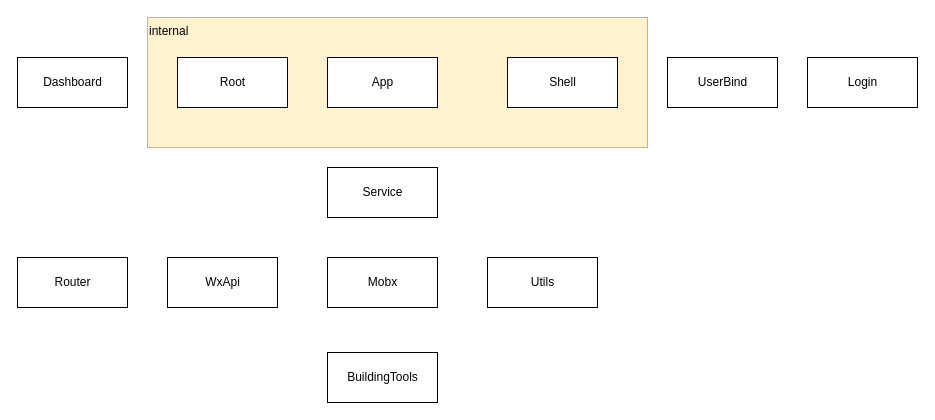
Above: wxworkshell.drawio in asling/my-umls (draw.io), before the change. Source tidied: cells renumbered, new cells numbered last; positions are measured from the earlier drawing's top-left corner, leaving out a move shared by most shapes. Both pictures are drawn from the tidied source at 100%, with x=0, y=0 at pixel (17, 17).
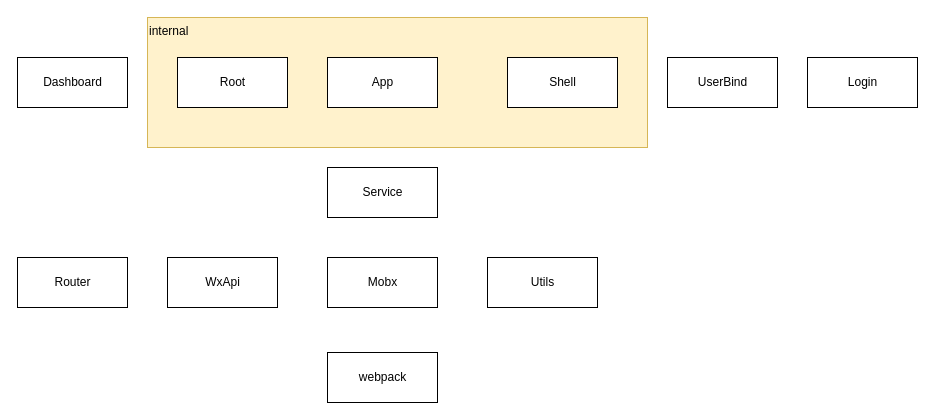
The same page after the edit.

Diff of the diagram source:
```diff
@@
 <mxGraphModel>
   <root>
     <mxCell id="0" />
     <mxCell id="1" parent="0" />
     <mxCell id="2" value="internal" style="rounded=0;whiteSpace=wrap;html=1;fillColor=#fff2cc;strokeColor=#d6b656;align=left;horizontal=1;verticalAlign=top;" parent="1" vertex="1">
       <mxGeometry x="130" width="500" height="130" as="geometry" />
     </mxCell>
     <mxCell id="3" value="App" style="html=1;" parent="1" vertex="1">
       <mxGeometry x="310" y="40" width="110" height="50" as="geometry" />
     </mxCell>
     <mxCell id="4" value="Root" style="html=1;" parent="1" vertex="1">
       <mxGeometry x="160" y="40" width="110" height="50" as="geometry" />
     </mxCell>
     <mxCell id="5" value="Login" style="html=1;" parent="1" vertex="1">
       <mxGeometry x="790" y="40" width="110" height="50" as="geometry" />
     </mxCell>
     <mxCell id="6" value="UserBind" style="html=1;" parent="1" vertex="1">
       <mxGeometry x="650" y="40" width="110" height="50" as="geometry" />
     </mxCell>
     <mxCell id="7" value="Dashboard" style="html=1;" parent="1" vertex="1">
       <mxGeometry y="40" width="110" height="50" as="geometry" />
     </mxCell>
     <mxCell id="8" value="Shell" style="html=1;" parent="1" vertex="1">
       <mxGeometry x="490" y="40" width="110" height="50" as="geometry" />
     </mxCell>
     <mxCell id="9" value="Router" style="html=1;align=center;" parent="1" vertex="1">
       <mxGeometry y="240" width="110" height="50" as="geometry" />
     </mxCell>
     <mxCell id="10" value="WxApi" style="html=1;align=center;" parent="1" vertex="1">
       <mxGeometry x="150" y="240" width="110" height="50" as="geometry" />
     </mxCell>
     <mxCell id="11" value="Mobx" style="html=1;align=center;" parent="1" vertex="1">
       <mxGeometry x="310" y="240" width="110" height="50" as="geometry" />
     </mxCell>
     <mxCell id="12" value="Service" style="html=1;align=center;" parent="1" vertex="1">
       <mxGeometry x="310" y="150" width="110" height="50" as="geometry" />
     </mxCell>
     <mxCell id="13" value="Utils" style="html=1;align=center;" parent="1" vertex="1">
       <mxGeometry x="470" y="240" width="110" height="50" as="geometry" />
     </mxCell>
-    <mxCell id="14" value="BuildingTools" style="html=1;align=center;" parent="1" vertex="1">
+    <mxCell id="14" value="webpack" style="html=1;align=center;" parent="1" vertex="1">
       <mxGeometry x="310" y="335" width="110" height="50" as="geometry" />
     </mxCell>
   </root>
 </mxGraphModel>
```
